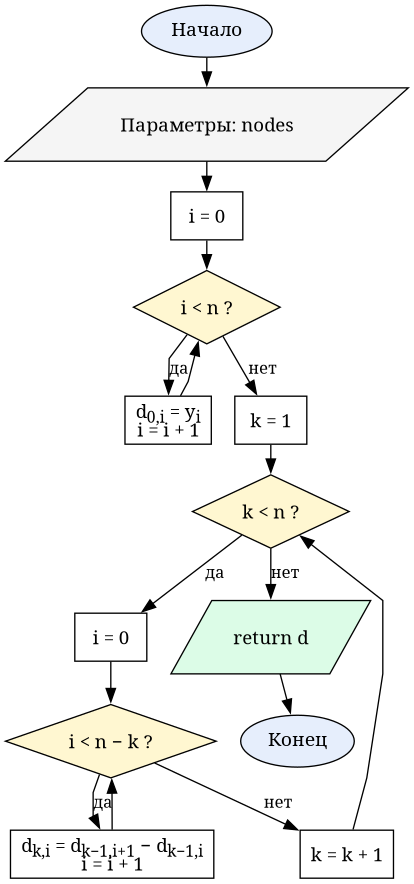
Earlier version of the Graphviz export reports/resources/flowcharts/lab5_diff_table.png (Oriptal/calc-math-lab2). Its source is kept beside it as reports/resources/flowcharts/lab5_diff_table.dot.
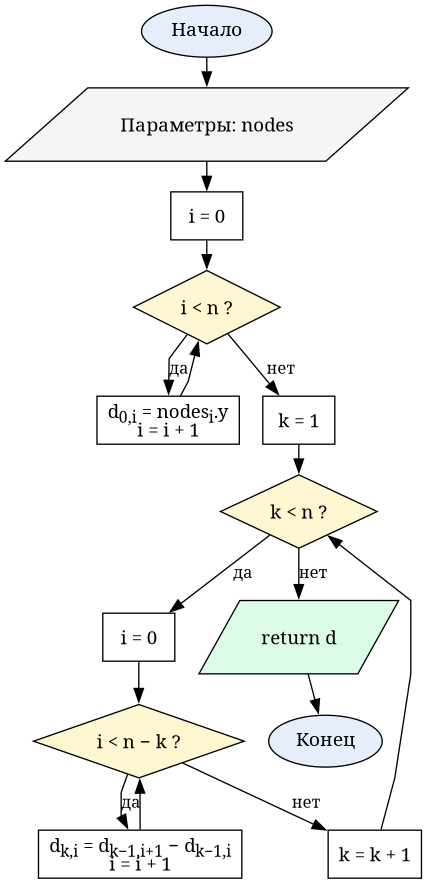
The same diagram one commit later.

The edit, as a diff of the source:
```diff
@@ -7,7 +7,7 @@
   input  [label=<Параметры: nodes>, shape=parallelogram, fillcolor="#f5f5f5"]
   ci     [label=<i = 0>, shape=box]
   chkc   [label=<i &lt; n ?>, shape=diamond, fillcolor="#fff7d1"]
-  bodyc  [label=<d<SUB>0,i</SUB> = y<SUB>i</SUB><BR/>i = i + 1>, shape=box]
+  bodyc  [label=<d<SUB>0,i</SUB> = nodes<SUB>i</SUB>.y<BR/>i = i + 1>, shape=box]
   setk   [label=<k = 1>, shape=box]
   chkk   [label=<k &lt; n ?>, shape=diamond, fillcolor="#fff7d1"]
   seti   [label=<i = 0>, shape=box]
```
